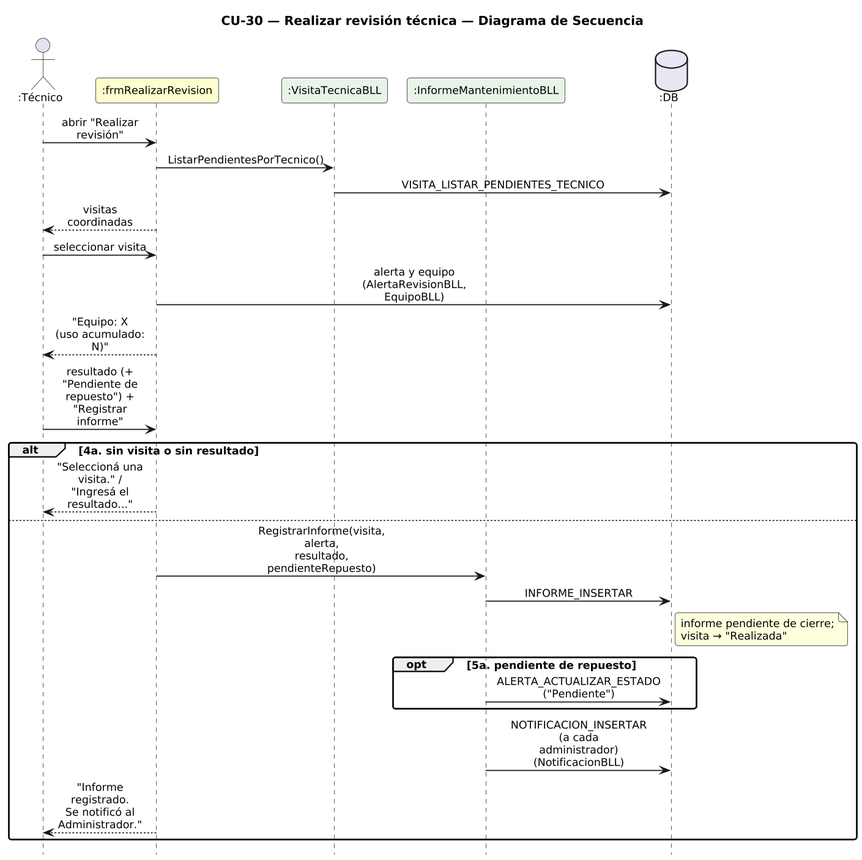
Before: DIAGRAMAS/DiagramaSecuencia_CU30_RealizarRevision.png, a diagram exported from PlantUML (Urrels/ingenieria_software).
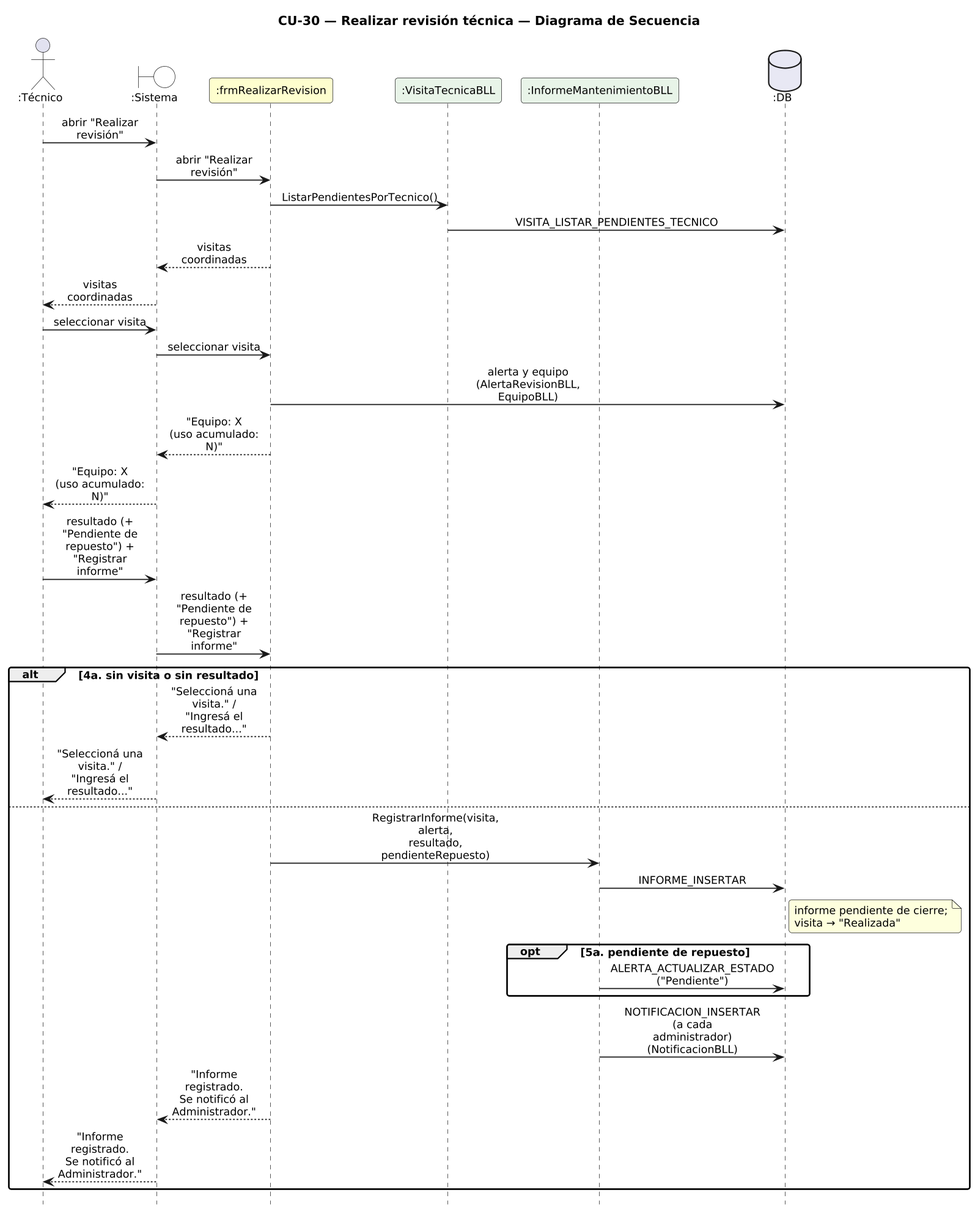
The same diagram one commit later.

The edit, as a diff of the source:
```diff
@@ -14,21 +14,28 @@
 hide footbox
 
 actor ":Técnico" as T
+boundary ":Sistema" as SYS #FFFFFF
 participant ":frmRealizarRevision" as F #FEFECE
 participant ":VisitaTecnicaBLL" as VB #E8F4E8
 participant ":InformeMantenimientoBLL" as IB #E8F4E8
 database ":DB" as DB #E8E8F4
 
-T -> F : abrir "Realizar revisión"
+T -> SYS : abrir "Realizar revisión"
+SYS -> F : abrir "Realizar revisión"
 F -> VB : ListarPendientesPorTecnico()
 VB -> DB : VISITA_LISTAR_PENDIENTES_TECNICO
-F --> T : visitas coordinadas
-T -> F : seleccionar visita
+F --> SYS : visitas coordinadas
+SYS --> T : visitas coordinadas
+T -> SYS : seleccionar visita
+SYS -> F : seleccionar visita
 F -> DB : alerta y equipo\n(AlertaRevisionBLL, EquipoBLL)
-F --> T : "Equipo: X\n(uso acumulado: N)"
-T -> F : resultado (+ "Pendiente de\nrepuesto") + "Registrar informe"
+F --> SYS : "Equipo: X\n(uso acumulado: N)"
+SYS --> T : "Equipo: X\n(uso acumulado: N)"
+T -> SYS : resultado (+ "Pendiente de\nrepuesto") + "Registrar informe"
+SYS -> F : resultado (+ "Pendiente de\nrepuesto") + "Registrar informe"
 alt 4a. sin visita o sin resultado
-  F --> T : "Seleccioná una visita." /\n"Ingresá el resultado..."
+  F --> SYS : "Seleccioná una visita." /\n"Ingresá el resultado..."
+  SYS --> T : "Seleccioná una visita." /\n"Ingresá el resultado..."
 else
   F -> IB : RegistrarInforme(visita, alerta,\nresultado, pendienteRepuesto)
   IB -> DB : INFORME_INSERTAR
@@ -37,7 +44,8 @@
     IB -> DB : ALERTA_ACTUALIZAR_ESTADO\n("Pendiente")
   end
   IB -> DB : NOTIFICACION_INSERTAR\n(a cada administrador)\n(NotificacionBLL)
-  F --> T : "Informe registrado.\nSe notificó al Administrador."
+  F --> SYS : "Informe registrado.\nSe notificó al Administrador."
+  SYS --> T : "Informe registrado.\nSe notificó al Administrador."
 end
 
 @enduml
```
